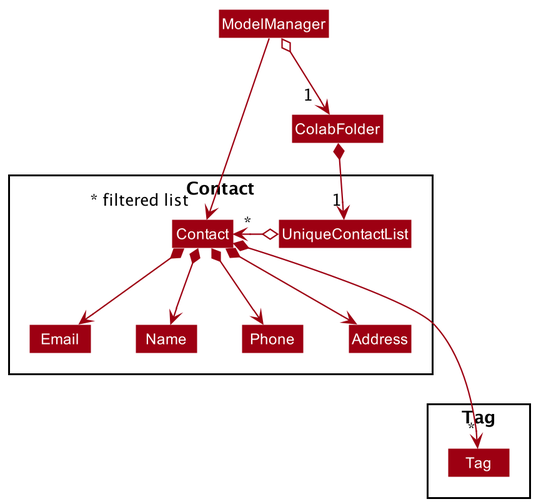
This is docs/images/ContactClassDiagram.png from nus-cs2103-AY2021S2/tp, a PlantUML export, as it was before one commit.
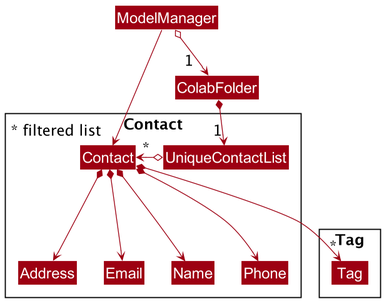
After the change.

The edit, as a diff of the source:
```diff
@@ -3,6 +3,7 @@
 skinparam arrowThickness 1.1
 skinparam arrowColor MODEL_COLOR
 skinparam classBackgroundColor MODEL_COLOR
+skinparam defaultFontSize 20
 
 Class ColabFolder
 Class ModelManager
@@ -20,15 +21,17 @@
 Class Tag
 }
 
-ModelManager o--> "          1" ColabFolder
+ModelManager o--> "1  " ColabFolder
 
 ColabFolder *--> "1" UniqueContactList
 UniqueContactList o-> "*" Contact
-Contact *--> Name
-Contact *--> Phone
-Contact *--> Email
-Contact *--> Address
-Contact *-down--> " *" Tag
+Contact *---> Name
+Contact *---> Phone
+Contact *---> Email
+Contact *---> Address
+Contact *-left-> "*" Tag
+
+Phone -[hidden]right- Tag
 
 ModelManager -->"~* filtered list" Contact
 @enduml
```
